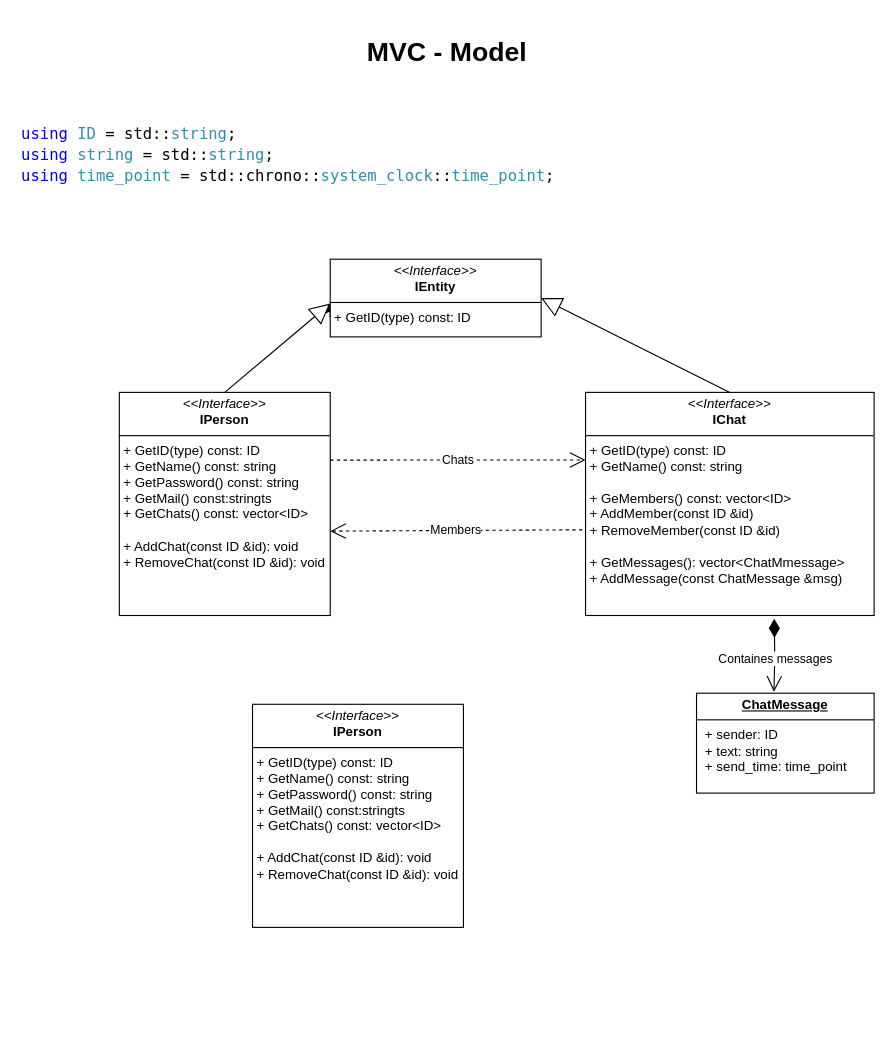
The draw.io diagram Documentation/MVC - Model.drawio in CheskisVladimir/MessengerV, before the edit. Source tidied: cells renumbered, new cells numbered last; positions are measured from the earlier drawing's top-left corner, leaving out a move shared by most shapes. Both pictures are drawn from the tidied source at 111%, with x=0, y=0 at pixel (19, 38).
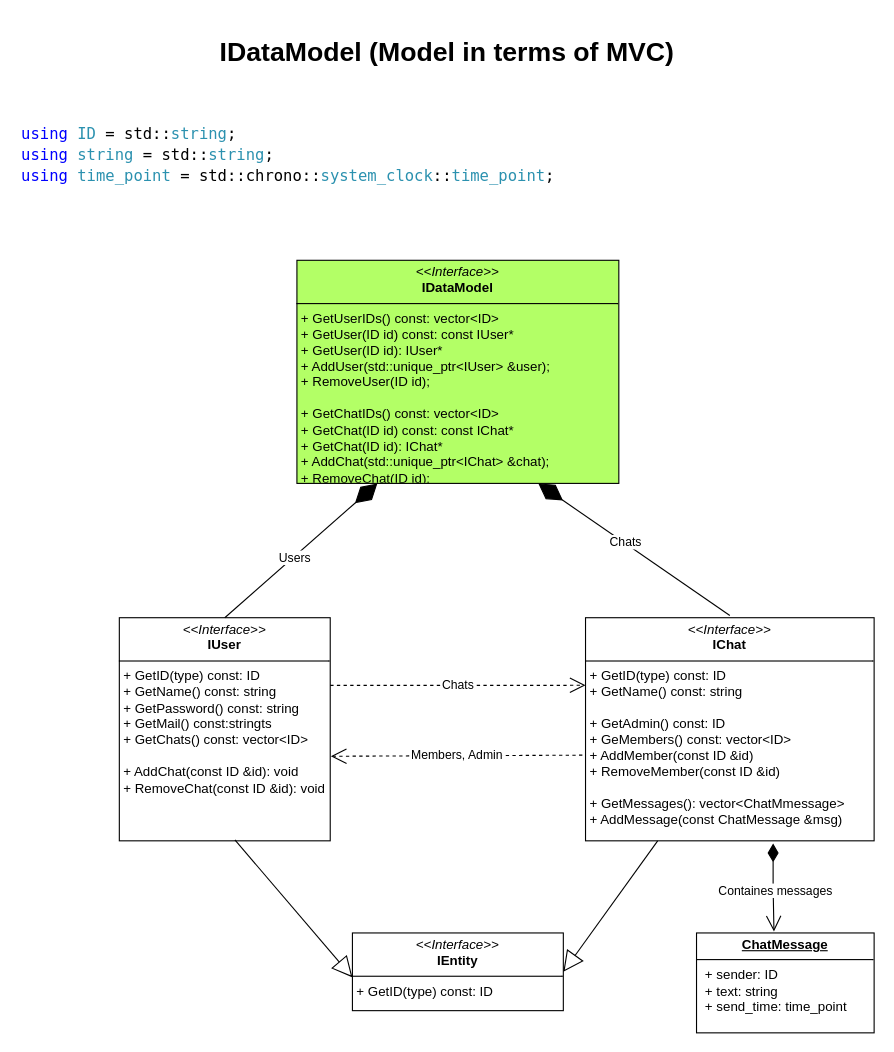
Above is the later version.

What changed in the source:
```diff
@@
-    <mxCell id="2" style="edgeStyle=orthogonalEdgeStyle;rounded=0;jettySize=auto;html=1;exitX=0;exitY=0.75;exitDx=0;exitDy=0;" parent="1" edge="1" source="3">
-      <mxGeometry relative="1" as="geometry">
-        <mxPoint x="280" y="239" as="targetPoint" />
-      </mxGeometry>
-    </mxCell>
     <mxCell id="3" value="&lt;p style=&quot;margin:0px;margin-top:4px;text-align:center;&quot;&gt;&lt;i&gt;&amp;lt;&amp;lt;Interface&amp;gt;&amp;gt;&lt;/i&gt;&lt;br&gt;&lt;b&gt;IEntity&lt;/b&gt;&lt;/p&gt;&lt;hr size=&quot;1&quot; style=&quot;border-style:solid;&quot;&gt;&lt;p style=&quot;margin:0px;margin-left:4px;&quot;&gt;&lt;/p&gt;&lt;p style=&quot;margin:0px;margin-left:4px;&quot;&gt;+ GetID(type) const: ID&lt;/p&gt;" style="verticalAlign=top;align=left;overflow=fill;html=1;whiteSpace=wrap;" parent="1" vertex="1">
-      <mxGeometry x="280" y="199" width="190" height="70" as="geometry" />
+      <mxGeometry x="300" y="806" width="190" height="70" as="geometry" />
     </mxCell>
-    <mxCell id="4" value="&lt;h1&gt;MVC - Model&lt;/h1&gt;" style="text;align=center;fontStyle=1;verticalAlign=middle;spacingLeft=3;spacingRight=3;strokeColor=none;html=1;" parent="1" vertex="1">
+    <mxCell id="4" value="&lt;h1&gt;IDataModel (Model in terms of MVC)&lt;/h1&gt;" style="text;align=center;fontStyle=1;verticalAlign=middle;spacingLeft=3;spacingRight=3;strokeColor=none;html=1;" parent="1" vertex="1">
       <mxGeometry x="345" width="80" height="26" as="geometry" />
     </mxCell>
-    <mxCell id="5" value="&lt;p style=&quot;margin:0px;margin-top:4px;text-align:center;&quot;&gt;&lt;i&gt;&amp;lt;&amp;lt;Interface&amp;gt;&amp;gt;&lt;/i&gt;&lt;br&gt;&lt;b&gt;IPerson&lt;/b&gt;&lt;/p&gt;&lt;hr size=&quot;1&quot; style=&quot;border-style:solid;&quot;&gt;&lt;p style=&quot;margin:0px;margin-left:4px;&quot;&gt;&lt;/p&gt;&lt;p style=&quot;margin:0px;margin-left:4px;&quot;&gt;&lt;span style=&quot;background-color: transparent; color: light-dark(rgb(0, 0, 0), rgb(255, 255, 255));&quot;&gt;+ GetID(type) const: ID&lt;/span&gt;&lt;/p&gt;&lt;p style=&quot;margin:0px;margin-left:4px;&quot;&gt;+ GetName() const: string&lt;/p&gt;&lt;p style=&quot;margin:0px;margin-left:4px;&quot;&gt;+ GetPassword() const: string&lt;/p&gt;&lt;p style=&quot;margin:0px;margin-left:4px;&quot;&gt;+ GetMail() const:stringts&lt;/p&gt;&lt;p style=&quot;margin:0px;margin-left:4px;&quot;&gt;+ GetChats() const: vector&amp;lt;ID&amp;gt;&lt;/p&gt;&lt;p style=&quot;margin:0px;margin-left:4px;&quot;&gt;&lt;br&gt;&lt;/p&gt;&lt;p style=&quot;margin:0px;margin-left:4px;&quot;&gt;+ AddChat(const ID &amp;amp;id): void&lt;/p&gt;&lt;p style=&quot;margin:0px;margin-left:4px;&quot;&gt;+ Remove&lt;span style=&quot;background-color: transparent; color: light-dark(rgb(0, 0, 0), rgb(255, 255, 255));&quot;&gt;Chat(const ID &amp;amp;id): void&lt;/span&gt;&lt;/p&gt;&lt;div&gt;&lt;span style=&quot;background-color: transparent; color: light-dark(rgb(0, 0, 0), rgb(255, 255, 255));&quot;&gt;&lt;br&gt;&lt;/span&gt;&lt;/div&gt;" style="verticalAlign=top;align=left;overflow=fill;html=1;whiteSpace=wrap;" parent="1" vertex="1">
-      <mxGeometry x="90" y="319" width="190" height="201" as="geometry" />
+    <mxCell id="5" value="&lt;p style=&quot;margin:0px;margin-top:4px;text-align:center;&quot;&gt;&lt;i&gt;&amp;lt;&amp;lt;Interface&amp;gt;&amp;gt;&lt;/i&gt;&lt;br&gt;&lt;b&gt;IUser&lt;/b&gt;&lt;/p&gt;&lt;hr size=&quot;1&quot; style=&quot;border-style:solid;&quot;&gt;&lt;p style=&quot;margin:0px;margin-left:4px;&quot;&gt;&lt;/p&gt;&lt;p style=&quot;margin:0px;margin-left:4px;&quot;&gt;&lt;span style=&quot;background-color: transparent; color: light-dark(rgb(0, 0, 0), rgb(255, 255, 255));&quot;&gt;+ GetID(type) const: ID&lt;/span&gt;&lt;/p&gt;&lt;p style=&quot;margin:0px;margin-left:4px;&quot;&gt;+ GetName() const: string&lt;/p&gt;&lt;p style=&quot;margin:0px;margin-left:4px;&quot;&gt;+ GetPassword() const: string&lt;/p&gt;&lt;p style=&quot;margin:0px;margin-left:4px;&quot;&gt;+ GetMail() const:stringts&lt;/p&gt;&lt;p style=&quot;margin:0px;margin-left:4px;&quot;&gt;+ GetChats() const: vector&amp;lt;ID&amp;gt;&lt;/p&gt;&lt;p style=&quot;margin:0px;margin-left:4px;&quot;&gt;&lt;br&gt;&lt;/p&gt;&lt;p style=&quot;margin:0px;margin-left:4px;&quot;&gt;+ AddChat(const ID &amp;amp;id): void&lt;/p&gt;&lt;p style=&quot;margin:0px;margin-left:4px;&quot;&gt;+ Remove&lt;span style=&quot;background-color: transparent; color: light-dark(rgb(0, 0, 0), rgb(255, 255, 255));&quot;&gt;Chat(const ID &amp;amp;id): void&lt;/span&gt;&lt;/p&gt;&lt;div&gt;&lt;span style=&quot;background-color: transparent; color: light-dark(rgb(0, 0, 0), rgb(255, 255, 255));&quot;&gt;&lt;br&gt;&lt;/span&gt;&lt;/div&gt;" style="verticalAlign=top;align=left;overflow=fill;html=1;whiteSpace=wrap;" parent="1" vertex="1">
+      <mxGeometry x="90" y="522" width="190" height="201" as="geometry" />
     </mxCell>
-    <mxCell id="6" style="endArrow=block;endSize=16;endFill=0;html=1;rounded=0;entryX=0;entryY=0.571;entryDx=0;entryDy=0;exitX=0.5;exitY=0;exitDx=0;exitDy=0;entryPerimeter=0;" parent="1" edge="1" source="5" target="3">
+    <mxCell id="6" style="endArrow=block;endSize=16;endFill=0;html=1;rounded=0;entryX=0;entryY=0.571;entryDx=0;entryDy=0;exitX=0.548;exitY=0.996;exitDx=0;exitDy=0;entryPerimeter=0;exitPerimeter=0;" parent="1" edge="1" source="5" target="3">
       <mxGeometry relative="1" as="geometry" />
     </mxCell>
-    <mxCell id="7" value="&lt;p style=&quot;margin:0px;margin-top:4px;text-align:center;&quot;&gt;&lt;i&gt;&amp;lt;&amp;lt;Interface&amp;gt;&amp;gt;&lt;/i&gt;&lt;br&gt;&lt;b&gt;IChat&lt;/b&gt;&lt;/p&gt;&lt;hr size=&quot;1&quot; style=&quot;border-style:solid;&quot;&gt;&lt;p style=&quot;margin:0px;margin-left:4px;&quot;&gt;&lt;/p&gt;&lt;p style=&quot;margin:0px;margin-left:4px;&quot;&gt;&lt;span style=&quot;background-color: transparent; color: light-dark(rgb(0, 0, 0), rgb(255, 255, 255));&quot;&gt;+ GetID(type) const: ID&lt;/span&gt;&lt;/p&gt;&lt;p style=&quot;margin:0px;margin-left:4px;&quot;&gt;+ GetName() const: string&lt;/p&gt;&lt;p style=&quot;margin:0px;margin-left:4px;&quot;&gt;&lt;span style=&quot;background-color: transparent; color: light-dark(rgb(0, 0, 0), rgb(255, 255, 255));&quot;&gt;&lt;br&gt;&lt;/span&gt;&lt;/p&gt;&lt;p style=&quot;margin:0px;margin-left:4px;&quot;&gt;&lt;span style=&quot;background-color: transparent; color: light-dark(rgb(0, 0, 0), rgb(255, 255, 255));&quot;&gt;+ GeMembers() const: vector&amp;lt;ID&amp;gt;&lt;/span&gt;&lt;/p&gt;&lt;p style=&quot;margin:0px;margin-left:4px;&quot;&gt;&lt;span style=&quot;background-color: transparent; color: light-dark(rgb(0, 0, 0), rgb(255, 255, 255));&quot;&gt;+ AddMember(const ID &amp;amp;id)&lt;/span&gt;&lt;/p&gt;&lt;p style=&quot;margin:0px;margin-left:4px;&quot;&gt;+ RemoveMember&lt;span style=&quot;background-color: transparent; color: light-dark(rgb(0, 0, 0), rgb(255, 255, 255));&quot;&gt;(const ID &amp;amp;id)&lt;/span&gt;&lt;/p&gt;&lt;p style=&quot;margin:0px;margin-left:4px;&quot;&gt;&lt;span style=&quot;background-color: transparent; color: light-dark(rgb(0, 0, 0), rgb(255, 255, 255));&quot;&gt;&lt;br&gt;&lt;/span&gt;&lt;/p&gt;&lt;p style=&quot;margin:0px;margin-left:4px;&quot;&gt;+ GetMessages(): vector&amp;lt;ChatMmessage&amp;gt;&lt;/p&gt;&lt;p style=&quot;margin:0px;margin-left:4px;&quot;&gt;+ AddMessage(const ChatMessage &amp;amp;msg)&lt;/p&gt;&lt;div&gt;&lt;span style=&quot;background-color: transparent; color: light-dark(rgb(0, 0, 0), rgb(255, 255, 255));&quot;&gt;&lt;br&gt;&lt;/span&gt;&lt;/div&gt;" style="verticalAlign=top;align=left;overflow=fill;html=1;whiteSpace=wrap;" parent="1" vertex="1">
-      <mxGeometry x="510" y="319" width="260" height="201" as="geometry" />
+    <mxCell id="7" value="&lt;p style=&quot;margin:0px;margin-top:4px;text-align:center;&quot;&gt;&lt;i&gt;&amp;lt;&amp;lt;Interface&amp;gt;&amp;gt;&lt;/i&gt;&lt;br&gt;&lt;b&gt;IChat&lt;/b&gt;&lt;/p&gt;&lt;hr size=&quot;1&quot; style=&quot;border-style:solid;&quot;&gt;&lt;p style=&quot;margin:0px;margin-left:4px;&quot;&gt;&lt;/p&gt;&lt;p style=&quot;margin:0px;margin-left:4px;&quot;&gt;&lt;span style=&quot;background-color: transparent; color: light-dark(rgb(0, 0, 0), rgb(255, 255, 255));&quot;&gt;+ GetID(type) const: ID&lt;/span&gt;&lt;/p&gt;&lt;p style=&quot;margin:0px;margin-left:4px;&quot;&gt;+ GetName() const: string&lt;/p&gt;&lt;p style=&quot;margin:0px;margin-left:4px;&quot;&gt;&lt;br&gt;&lt;/p&gt;&lt;p style=&quot;margin: 0px 0px 0px 4px;&quot;&gt;+ GetAdmin() const: ID&lt;/p&gt;&lt;p style=&quot;margin:0px;margin-left:4px;&quot;&gt;&lt;span style=&quot;background-color: transparent; color: light-dark(rgb(0, 0, 0), rgb(255, 255, 255));&quot;&gt;+ GeMembers() const: vector&amp;lt;ID&amp;gt;&lt;/span&gt;&lt;/p&gt;&lt;p style=&quot;margin:0px;margin-left:4px;&quot;&gt;&lt;span style=&quot;background-color: transparent; color: light-dark(rgb(0, 0, 0), rgb(255, 255, 255));&quot;&gt;+ AddMember(const ID &amp;amp;id)&lt;/span&gt;&lt;/p&gt;&lt;p style=&quot;margin:0px;margin-left:4px;&quot;&gt;+ RemoveMember&lt;span style=&quot;background-color: transparent; color: light-dark(rgb(0, 0, 0), rgb(255, 255, 255));&quot;&gt;(const ID &amp;amp;id)&lt;/span&gt;&lt;/p&gt;&lt;p style=&quot;margin:0px;margin-left:4px;&quot;&gt;&lt;span style=&quot;background-color: transparent; color: light-dark(rgb(0, 0, 0), rgb(255, 255, 255));&quot;&gt;&lt;br&gt;&lt;/span&gt;&lt;/p&gt;&lt;p style=&quot;margin:0px;margin-left:4px;&quot;&gt;+ GetMessages(): vector&amp;lt;ChatMmessage&amp;gt;&lt;/p&gt;&lt;p style=&quot;margin:0px;margin-left:4px;&quot;&gt;+ AddMessage(const ChatMessage &amp;amp;msg)&lt;/p&gt;&lt;div&gt;&lt;span style=&quot;background-color: transparent; color: light-dark(rgb(0, 0, 0), rgb(255, 255, 255));&quot;&gt;&lt;br&gt;&lt;/span&gt;&lt;/div&gt;" style="verticalAlign=top;align=left;overflow=fill;html=1;whiteSpace=wrap;" parent="1" vertex="1">
+      <mxGeometry x="510" y="522" width="260" height="201" as="geometry" />
     </mxCell>
-    <mxCell id="8" style="endArrow=block;endSize=16;endFill=0;html=1;rounded=0;entryX=1;entryY=0.5;entryDx=0;entryDy=0;exitX=0.5;exitY=0;exitDx=0;exitDy=0;" parent="1" edge="1" source="7" target="3">
+    <mxCell id="8" style="endArrow=block;endSize=16;endFill=0;html=1;rounded=0;entryX=1;entryY=0.5;entryDx=0;entryDy=0;exitX=0.25;exitY=1;exitDx=0;exitDy=0;" parent="1" edge="1" source="7" target="3">
       <mxGeometry relative="1" as="geometry" />
     </mxCell>
@@
     <mxCell id="10" value="Chats" style="endArrow=open;endSize=12;dashed=1;html=1;rounded=0;entryX=0;entryY=0.303;entryDx=0;entryDy=0;entryPerimeter=0;" parent="1" edge="1" target="7">
       <mxGeometry relative="1" as="geometry">
-        <mxPoint x="280" y="380" as="sourcePoint" />
+        <mxPoint x="280" y="583" as="sourcePoint" />
       </mxGeometry>
     </mxCell>
-    <mxCell id="11" value="Members" style="endArrow=open;endSize=12;dashed=1;html=1;rounded=0;exitX=-0.011;exitY=0.616;exitDx=0;exitDy=0;exitPerimeter=0;" parent="1" edge="1" source="7">
-      <mxGeometry relative="1" as="geometry">
-        <mxPoint x="280" y="444" as="targetPoint" />
-      </mxGeometry>
+    <mxCell id="11" value="Members, Admin" style="endArrow=open;endSize=12;dashed=1;html=1;rounded=0;exitX=-0.011;exitY=0.616;exitDx=0;exitDy=0;exitPerimeter=0;entryX=1.003;entryY=0.621;entryDx=0;entryDy=0;entryPerimeter=0;" parent="1" edge="1" source="7" target="5">
+      <mxGeometry relative="1" as="geometry" />
     </mxCell>
     <mxCell id="12" value="&lt;p style=&quot;margin:0px;margin-top:4px;text-align:center;text-decoration:underline;&quot;&gt;&lt;b&gt;ChatMessage&lt;/b&gt;&lt;/p&gt;&lt;hr size=&quot;1&quot; style=&quot;border-style:solid;&quot;&gt;&lt;p style=&quot;margin:0px;margin-left:8px;&quot;&gt;&lt;span style=&quot;background-color: transparent; color: light-dark(rgb(0, 0, 0), rgb(255, 255, 255));&quot;&gt;+ sender: ID&lt;/span&gt;&lt;/p&gt;&lt;p style=&quot;margin:0px;margin-left:8px;&quot;&gt;&lt;span style=&quot;background-color: transparent; color: light-dark(rgb(0, 0, 0), rgb(255, 255, 255));&quot;&gt;+ text: string&lt;/span&gt;&lt;/p&gt;&lt;p style=&quot;margin:0px;margin-left:8px;&quot;&gt;+ send_time: time_point&lt;/p&gt;" style="verticalAlign=top;align=left;overflow=fill;html=1;whiteSpace=wrap;" parent="1" vertex="1">
-      <mxGeometry x="610" y="590" width="160" height="90" as="geometry" />
+      <mxGeometry x="610" y="806" width="160" height="90" as="geometry" />
     </mxCell>
-    <mxCell id="13" style="endArrow=open;html=1;endSize=12;startArrow=diamondThin;startSize=14;startFill=1;edgeStyle=orthogonalEdgeStyle;align=left;verticalAlign=bottom;rounded=0;entryX=0.436;entryY=-0.014;entryDx=0;entryDy=0;entryPerimeter=0;" parent="1" edge="1" target="12">
-      <mxGeometry x="-1" y="3" relative="1" as="geometry">
-        <mxPoint x="680" y="523" as="sourcePoint" />
-      </mxGeometry>
+    <mxCell id="13" style="endArrow=open;html=1;endSize=12;startArrow=diamondThin;startSize=14;startFill=1;edgeStyle=orthogonalEdgeStyle;align=left;verticalAlign=bottom;rounded=0;entryX=0.436;entryY=-0.014;entryDx=0;entryDy=0;entryPerimeter=0;exitX=0.65;exitY=1.012;exitDx=0;exitDy=0;exitPerimeter=0;" parent="1" edge="1" source="7" target="12">
+      <mxGeometry x="-1" y="3" relative="1" as="geometry" />
     </mxCell>
@@
-    <mxCell id="15" value="&lt;p style=&quot;margin:0px;margin-top:4px;text-align:center;&quot;&gt;&lt;i&gt;&amp;lt;&amp;lt;Interface&amp;gt;&amp;gt;&lt;/i&gt;&lt;br&gt;&lt;b&gt;IPerson&lt;/b&gt;&lt;/p&gt;&lt;hr size=&quot;1&quot; style=&quot;border-style:solid;&quot;&gt;&lt;p style=&quot;margin:0px;margin-left:4px;&quot;&gt;&lt;/p&gt;&lt;p style=&quot;margin:0px;margin-left:4px;&quot;&gt;&lt;span style=&quot;background-color: transparent; color: light-dark(rgb(0, 0, 0), rgb(255, 255, 255));&quot;&gt;+ GetID(type) const: ID&lt;/span&gt;&lt;/p&gt;&lt;p style=&quot;margin:0px;margin-left:4px;&quot;&gt;+ GetName() const: string&lt;/p&gt;&lt;p style=&quot;margin:0px;margin-left:4px;&quot;&gt;+ GetPassword() const: string&lt;/p&gt;&lt;p style=&quot;margin:0px;margin-left:4px;&quot;&gt;+ GetMail() const:stringts&lt;/p&gt;&lt;p style=&quot;margin:0px;margin-left:4px;&quot;&gt;+ GetChats() const: vector&amp;lt;ID&amp;gt;&lt;/p&gt;&lt;p style=&quot;margin:0px;margin-left:4px;&quot;&gt;&lt;br&gt;&lt;/p&gt;&lt;p style=&quot;margin:0px;margin-left:4px;&quot;&gt;+ AddChat(const ID &amp;amp;id): void&lt;/p&gt;&lt;p style=&quot;margin:0px;margin-left:4px;&quot;&gt;+ Remove&lt;span style=&quot;background-color: transparent; color: light-dark(rgb(0, 0, 0), rgb(255, 255, 255));&quot;&gt;Chat(const ID &amp;amp;id): void&lt;/span&gt;&lt;/p&gt;&lt;div&gt;&lt;span style=&quot;background-color: transparent; color: light-dark(rgb(0, 0, 0), rgb(255, 255, 255));&quot;&gt;&lt;br&gt;&lt;/span&gt;&lt;/div&gt;" style="verticalAlign=top;align=left;overflow=fill;html=1;whiteSpace=wrap;" parent="1" vertex="1">
-      <mxGeometry x="210" y="600" width="190" height="201" as="geometry" />
+    <mxCell id="15" value="&lt;p style=&quot;margin:0px;margin-top:4px;text-align:center;&quot;&gt;&lt;i&gt;&amp;lt;&amp;lt;Interface&amp;gt;&amp;gt;&lt;/i&gt;&lt;br&gt;&lt;b&gt;IData&lt;/b&gt;&lt;b style=&quot;background-color: transparent; color: light-dark(rgb(0, 0, 0), rgb(255, 255, 255));&quot;&gt;Model&lt;/b&gt;&lt;/p&gt;&lt;hr size=&quot;1&quot; style=&quot;border-style:solid;&quot;&gt;&lt;p style=&quot;margin:0px;margin-left:4px;&quot;&gt;&lt;/p&gt;&lt;p style=&quot;margin:0px;margin-left:4px;&quot;&gt;&lt;span style=&quot;background-color: transparent; color: light-dark(rgb(0, 0, 0), rgb(255, 255, 255));&quot;&gt;+ GetUserIDs() const: vector&amp;lt;ID&amp;gt;&lt;/span&gt;&lt;/p&gt;&lt;p style=&quot;margin:0px;margin-left:4px;&quot;&gt;&lt;span style=&quot;background-color: transparent; color: light-dark(rgb(0, 0, 0), rgb(255, 255, 255));&quot;&gt;+ GetUser(ID id) const: const IUser*&lt;/span&gt;&lt;/p&gt;&lt;p style=&quot;margin: 0px 0px 0px 4px;&quot;&gt;&lt;span style=&quot;background-color: transparent; color: light-dark(rgb(0, 0, 0), rgb(255, 255, 255));&quot;&gt;+ GetUser(ID id): IUser*&lt;/span&gt;&lt;/p&gt;&lt;p style=&quot;margin: 0px 0px 0px 4px;&quot;&gt;&lt;span style=&quot;background-color: transparent; color: light-dark(rgb(0, 0, 0), rgb(255, 255, 255));&quot;&gt;+ AddUser(std::unique_ptr&amp;lt;&lt;/span&gt;&lt;span style=&quot;background-color: transparent; color: light-dark(rgb(0, 0, 0), rgb(255, 255, 255));&quot;&gt;IUser&lt;/span&gt;&lt;span style=&quot;background-color: transparent; color: light-dark(rgb(0, 0, 0), rgb(255, 255, 255));&quot;&gt;&amp;gt; &amp;amp;user);&lt;/span&gt;&lt;/p&gt;&lt;p style=&quot;margin: 0px 0px 0px 4px;&quot;&gt;&lt;span style=&quot;background-color: transparent; color: light-dark(rgb(0, 0, 0), rgb(255, 255, 255));&quot;&gt;+ RemoveUser(&lt;/span&gt;ID id&lt;span style=&quot;background-color: transparent; color: light-dark(rgb(0, 0, 0), rgb(255, 255, 255));&quot;&gt;);&lt;/span&gt;&lt;/p&gt;&lt;div&gt;&lt;span style=&quot;background-color: transparent; color: light-dark(rgb(0, 0, 0), rgb(255, 255, 255));&quot;&gt;&lt;br&gt;&lt;/span&gt;&lt;/div&gt;&lt;div&gt;&lt;p style=&quot;margin: 0px 0px 0px 4px;&quot;&gt;&lt;span style=&quot;background-color: transparent; color: light-dark(rgb(0, 0, 0), rgb(255, 255, 255));&quot;&gt;+ GetChatIDs() const: vector&amp;lt;ID&amp;gt;&lt;/span&gt;&lt;/p&gt;&lt;p style=&quot;margin: 0px 0px 0px 4px;&quot;&gt;&lt;span style=&quot;background-color: transparent; color: light-dark(rgb(0, 0, 0), rgb(255, 255, 255));&quot;&gt;+ Get&lt;/span&gt;Chat&lt;span style=&quot;background-color: transparent; color: light-dark(rgb(0, 0, 0), rgb(255, 255, 255));&quot;&gt;(ID id) const: const IChat*&lt;/span&gt;&lt;/p&gt;&lt;p style=&quot;margin: 0px 0px 0px 4px;&quot;&gt;&lt;span style=&quot;background-color: transparent; color: light-dark(rgb(0, 0, 0), rgb(255, 255, 255));&quot;&gt;+ Get&lt;/span&gt;Chat&lt;span style=&quot;background-color: transparent; color: light-dark(rgb(0, 0, 0), rgb(255, 255, 255));&quot;&gt;(ID id): I&lt;/span&gt;Chat&lt;span style=&quot;background-color: transparent; color: light-dark(rgb(0, 0, 0), rgb(255, 255, 255));&quot;&gt;*&lt;/span&gt;&lt;/p&gt;&lt;p style=&quot;margin: 0px 0px 0px 4px;&quot;&gt;&lt;span style=&quot;background-color: transparent; color: light-dark(rgb(0, 0, 0), rgb(255, 255, 255));&quot;&gt;+ Add&lt;/span&gt;Chat&lt;span style=&quot;background-color: transparent; color: light-dark(rgb(0, 0, 0), rgb(255, 255, 255));&quot;&gt;(std::unique_ptr&amp;lt;&lt;/span&gt;&lt;span style=&quot;background-color: transparent; color: light-dark(rgb(0, 0, 0), rgb(255, 255, 255));&quot;&gt;I&lt;/span&gt;Chat&lt;span style=&quot;background-color: transparent; color: light-dark(rgb(0, 0, 0), rgb(255, 255, 255));&quot;&gt;&amp;gt; &amp;amp;chat);&lt;/span&gt;&lt;/p&gt;&lt;p style=&quot;margin: 0px 0px 0px 4px;&quot;&gt;&lt;span style=&quot;background-color: transparent; color: light-dark(rgb(0, 0, 0), rgb(255, 255, 255));&quot;&gt;+ Remove&lt;/span&gt;Chat&lt;span style=&quot;background-color: transparent; color: light-dark(rgb(0, 0, 0), rgb(255, 255, 255));&quot;&gt;(&lt;/span&gt;ID id&lt;span style=&quot;background-color: transparent; color: light-dark(rgb(0, 0, 0), rgb(255, 255, 255));&quot;&gt;);&lt;/span&gt;&lt;/p&gt;&lt;/div&gt;&lt;p style=&quot;margin:0px;margin-left:4px;&quot;&gt;&lt;br&gt;&lt;/p&gt;&lt;div&gt;&lt;span style=&quot;background-color: transparent; color: light-dark(rgb(0, 0, 0), rgb(255, 255, 255));&quot;&gt;&lt;br&gt;&lt;/span&gt;&lt;/div&gt;" style="verticalAlign=top;align=left;overflow=fill;html=1;whiteSpace=wrap;fillColor=#B3FF66;" parent="1" vertex="1">
+      <mxGeometry x="250" y="200" width="290" height="201" as="geometry" />
     </mxCell>
+    <mxCell id="16" style="endArrow=diamondThin;endFill=1;endSize=24;html=1;rounded=0;entryX=0.25;entryY=1;entryDx=0;entryDy=0;exitX=0.5;exitY=0;exitDx=0;exitDy=0;" parent="1" edge="1" source="5" target="15">
+      <mxGeometry relative="1" as="geometry" />
+    </mxCell>
+    <mxCell id="17" value="Users" style="edgeLabel;html=1;align=center;verticalAlign=middle;" parent="16" vertex="1">
+      <mxGeometry x="-0.09" relative="1" as="geometry" />
+    </mxCell>
+    <mxCell id="18" style="endArrow=diamondThin;endFill=1;endSize=24;html=1;rounded=0;entryX=0.75;entryY=1;entryDx=0;entryDy=0;" parent="1" edge="1" target="15">
+      <mxGeometry relative="1" as="geometry">
+        <mxPoint x="640" y="520" as="sourcePoint" />
+      </mxGeometry>
+    </mxCell>
+    <mxCell id="19" value="Chats" style="edgeLabel;html=1;align=center;verticalAlign=middle;" parent="18" vertex="1">
+      <mxGeometry x="0.1" y="-1" relative="1" as="geometry" />
+    </mxCell>
```
